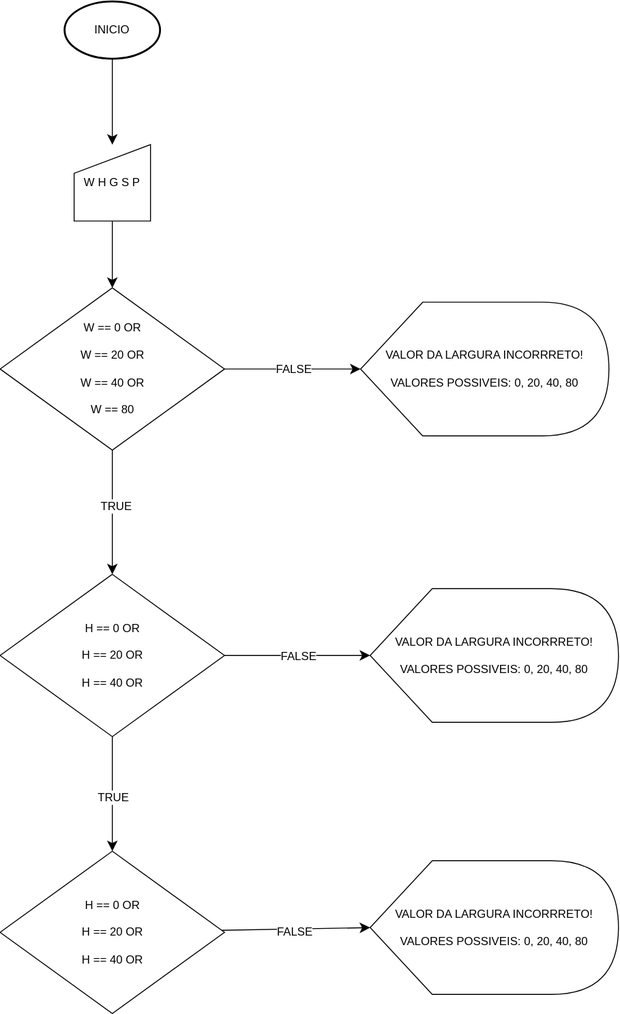
Above: java/Fluxograma - Projeto Capstone.drawio.svg in MrNullus/conway-of-life (draw.io), before the change. Source tidied: cells renumbered, new cells last; positions are measured from the earlier drawing's top-left corner, leaving out a move shared by most shapes.
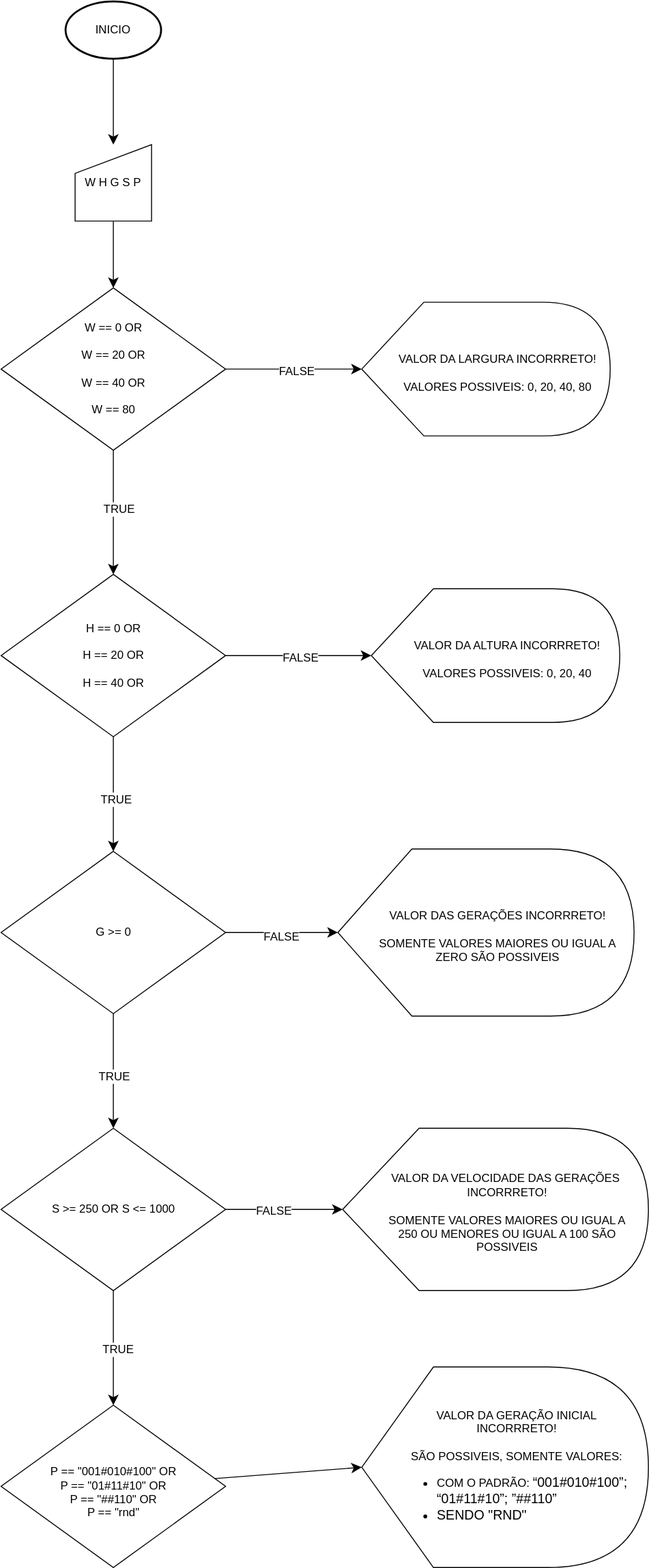
The same diagram one commit later.

Commit message:
feat: verificação das entradas dos parametros

Diff of the diagram source:
```diff
@@ -33,7 +33,7 @@
     <mxCell id="10" value="&lt;div&gt;W == 0 OR&lt;/div&gt;&lt;div&gt;&lt;br&gt;&lt;/div&gt;W == 20 OR&lt;div&gt;&lt;br&gt;&lt;div&gt;W == 40 OR&lt;/div&gt;&lt;div&gt;&lt;br&gt;&lt;/div&gt;&lt;div&gt;W == 80&lt;/div&gt;&lt;/div&gt;" style="rhombus;whiteSpace=wrap;html=1;" parent="1" vertex="1">
       <mxGeometry x="0.5" y="300" width="235" height="170" as="geometry" />
     </mxCell>
-    <mxCell id="11" value="VALOR DA LARGURA INCORRRETO!&lt;div&gt;&lt;br&gt;&lt;div&gt;VALORES POSSIVEIS: 0, 20, 40, 80&lt;/div&gt;&lt;/div&gt;" style="shape=display;whiteSpace=wrap;html=1;" parent="1" vertex="1">
+    <mxCell id="11" value="VALOR DA LARGURA INCORRRETO!&lt;div&gt;&lt;br&gt;&lt;div&gt;VALORES POSSIVEIS: 0, 20, 40, 80&lt;/div&gt;&lt;/div&gt;" style="shape=display;whiteSpace=wrap;html=1;strokeColor=default;align=center;verticalAlign=middle;spacingRight=-25;spacingTop=7;spacing=40;fontFamily=Helvetica;fontSize=12;fontColor=default;fillColor=default;" parent="1" vertex="1">
       <mxGeometry x="378" y="315" width="260" height="140" as="geometry" />
     </mxCell>
     <mxCell id="12" style="edgeStyle=none;curved=1;rounded=0;jettySize=auto;html=1;fontSize=12;startSize=8;endSize=8;" parent="1" edge="1" source="14" target="18">
@@ -45,7 +45,7 @@
     <mxCell id="14" value="&lt;div&gt;H == 0 OR&lt;/div&gt;&lt;div&gt;&lt;br&gt;&lt;/div&gt;H == 20 OR&lt;div&gt;&lt;br&gt;&lt;div&gt;H == 40 OR&lt;/div&gt;&lt;/div&gt;" style="rhombus;whiteSpace=wrap;html=1;" parent="1" vertex="1">
       <mxGeometry x="0.5" y="600" width="235" height="170" as="geometry" />
     </mxCell>
-    <mxCell id="15" value="VALOR DA LARGURA INCORRRETO!&lt;div&gt;&lt;br&gt;&lt;div&gt;VALORES POSSIVEIS: 0, 20, 40, 80&lt;/div&gt;&lt;/div&gt;" style="shape=display;whiteSpace=wrap;html=1;" parent="1" vertex="1">
+    <mxCell id="15" value="VALOR DA ALTURA INCORRRETO!&lt;div&gt;&lt;br&gt;&lt;div&gt;VALORES POSSIVEIS: 0, 20, 40&lt;/div&gt;&lt;/div&gt;" style="shape=display;whiteSpace=wrap;html=1;strokeColor=default;align=center;verticalAlign=middle;spacingRight=-25;spacingTop=7;spacing=40;fontFamily=Helvetica;fontSize=12;fontColor=default;fillColor=default;" parent="1" vertex="1">
       <mxGeometry x="388" y="615" width="260" height="140" as="geometry" />
     </mxCell>
     <mxCell id="16" style="edgeStyle=none;curved=1;rounded=0;jettySize=auto;html=1;entryX=0;entryY=0.5;entryDx=0;entryDy=0;entryPerimeter=0;fontSize=12;startSize=8;endSize=8;" parent="1" edge="1" source="14" target="15">
@@ -54,11 +54,17 @@
     <mxCell id="17" value="FALSE" style="edgeLabel;html=1;align=center;verticalAlign=middle;fontSize=12;" parent="16" vertex="1">
       <mxGeometry x="0.01" y="-1" relative="1" as="geometry" />
     </mxCell>
+    <mxCell id="22" style="edgeStyle=none;curved=1;rounded=0;jettySize=auto;html=1;fontSize=12;startSize=8;endSize=8;" parent="1" edge="1" source="18" target="28">
+      <mxGeometry relative="1" as="geometry" />
+    </mxCell>
+    <mxCell id="23" value="TRUE" style="edgeLabel;html=1;align=center;verticalAlign=middle;fontSize=12;" parent="22" vertex="1">
+      <mxGeometry x="0.05" y="-1" relative="1" as="geometry" />
+    </mxCell>
-    <mxCell id="18" value="&lt;div&gt;H == 0 OR&lt;/div&gt;&lt;div&gt;&lt;br&gt;&lt;/div&gt;H == 20 OR&lt;div&gt;&lt;br&gt;&lt;div&gt;H == 40 OR&lt;/div&gt;&lt;/div&gt;" style="rhombus;whiteSpace=wrap;html=1;" parent="1" vertex="1">
+    <mxCell id="18" value="&lt;div&gt;G &amp;gt;= 0&lt;/div&gt;" style="rhombus;whiteSpace=wrap;html=1;" parent="1" vertex="1">
       <mxGeometry x="0.5" y="890" width="235" height="170" as="geometry" />
     </mxCell>
-    <mxCell id="19" value="VALOR DA LARGURA INCORRRETO!&lt;div&gt;&lt;br&gt;&lt;div&gt;VALORES POSSIVEIS: 0, 20, 40, 80&lt;/div&gt;&lt;/div&gt;" style="shape=display;whiteSpace=wrap;html=1;" parent="1" vertex="1">
-      <mxGeometry x="388" y="900" width="260" height="140" as="geometry" />
+    <mxCell id="19" value="VALOR DAS GERAÇÕES INCORRRETO!&lt;div&gt;&lt;br&gt;&lt;div&gt;SOMENTE VALORES MAIORES OU IGUAL A ZERO&amp;nbsp;&lt;span style=&quot;background-color: initial;&quot;&gt;SÃO POSSIVEIS&lt;/span&gt;&lt;/div&gt;&lt;/div&gt;" style="shape=display;whiteSpace=wrap;html=1;strokeColor=default;align=center;verticalAlign=middle;spacingRight=-25;spacingTop=7;spacing=40;fontFamily=Helvetica;fontSize=12;fontColor=default;fillColor=default;" parent="1" vertex="1">
+      <mxGeometry x="353" y="887.5" width="310" height="175" as="geometry" />
     </mxCell>
     <mxCell id="20" style="edgeStyle=none;curved=1;rounded=0;jettySize=auto;html=1;entryX=0;entryY=0.5;entryDx=0;entryDy=0;entryPerimeter=0;fontSize=12;startSize=8;endSize=8;" parent="1" edge="1" source="18" target="19">
       <mxGeometry relative="1" as="geometry" />
@@ -66,5 +72,32 @@
     <mxCell id="21" value="FALSE" style="edgeLabel;html=1;align=center;verticalAlign=middle;fontSize=12;" parent="20" vertex="1">
       <mxGeometry x="-0.02" y="-3" relative="1" as="geometry" />
     </mxCell>
+    <mxCell id="24" style="edgeStyle=none;curved=1;rounded=0;jettySize=auto;html=1;fontSize=12;startSize=8;endSize=8;" parent="1" edge="1" source="28" target="29">
+      <mxGeometry relative="1" as="geometry" />
+    </mxCell>
+    <mxCell id="25" value="FALSE" style="edgeLabel;html=1;align=center;verticalAlign=middle;fontSize=12;" parent="24" vertex="1">
+      <mxGeometry x="-0.24" relative="1" as="geometry" />
+    </mxCell>
+    <mxCell id="26" style="edgeStyle=none;curved=1;rounded=0;jettySize=auto;html=1;fontSize=12;startSize=8;endSize=8;" parent="1" edge="1" source="28" target="31">
+      <mxGeometry relative="1" as="geometry" />
+    </mxCell>
+    <mxCell id="27" value="TRUE" style="edgeLabel;html=1;align=center;verticalAlign=middle;fontSize=12;" parent="26" vertex="1">
+      <mxGeometry y="3" relative="1" as="geometry" />
+    </mxCell>
+    <mxCell id="28" value="S &amp;gt;= 250 OR S &amp;lt;= 1000" style="rhombus;whiteSpace=wrap;html=1;" parent="1" vertex="1">
+      <mxGeometry x="0.5" y="1180" width="235" height="170" as="geometry" />
+    </mxCell>
+    <mxCell id="29" value="VALOR DA VELOCIDADE DAS GERAÇÕES&amp;nbsp; INCORRRETO!&lt;div&gt;&lt;br&gt;&lt;div&gt;SOMENTE VALORES MAIORES OU IGUAL A 250 OU MENORES OU IGUAL A 100&amp;nbsp;&lt;span style=&quot;background-color: initial;&quot;&gt;SÃO POSSIVEIS&lt;/span&gt;&lt;/div&gt;&lt;/div&gt;" style="shape=display;whiteSpace=wrap;html=1;spacing=40;spacingTop=7;spacingRight=-25;" parent="1" vertex="1">
+      <mxGeometry x="358" y="1180" width="320" height="170" as="geometry" />
+    </mxCell>
+    <mxCell id="30" style="edgeStyle=none;curved=1;rounded=0;jettySize=auto;html=1;fontSize=12;startSize=8;endSize=8;entryX=0;entryY=0.5;entryDx=0;entryDy=0;entryPerimeter=0;" parent="1" edge="1" source="31" target="32">
+      <mxGeometry relative="1" as="geometry" />
+    </mxCell>
+    <mxCell id="31" value="&lt;div&gt;&lt;br&gt;&lt;/div&gt;&lt;div&gt;&lt;br&gt;&lt;/div&gt;&lt;div&gt;&lt;span style=&quot;background-color: initial;&quot;&gt;P == &quot;001#010#100&quot; OR&lt;/span&gt;&lt;br&gt;&lt;/div&gt;&lt;div&gt;P ==&amp;nbsp;&lt;span style=&quot;background-color: initial;&quot;&gt;&quot;01#11#10&quot;&amp;nbsp;&lt;/span&gt;&lt;span style=&quot;background-color: initial;&quot;&gt;OR&lt;/span&gt;&lt;/div&gt;&lt;div&gt;P ==&amp;nbsp;&lt;span style=&quot;background-color: initial;&quot;&gt;&quot;##110&quot;&amp;nbsp;&lt;/span&gt;&lt;span style=&quot;background-color: initial;&quot;&gt;OR&lt;/span&gt;&lt;span style=&quot;background-color: initial;&quot;&gt;&lt;br&gt;&lt;/span&gt;&lt;/div&gt;&lt;div&gt;&lt;span style=&quot;background-color: initial;&quot;&gt;P == &quot;rnd&quot;&lt;/span&gt;&lt;/div&gt;&lt;div&gt;&lt;div&gt;&lt;p style=&quot;margin-bottom: 0.25cm; line-height: 1.15px; background: transparent; font-size: medium; text-align: start;&quot;&gt;&lt;span style=&quot;font-variant-numeric: normal; font-variant-east-asian: normal; font-variant-alternates: normal; font-variant-position: normal;&quot;&gt;&lt;/span&gt;&lt;/p&gt;&lt;/div&gt;&lt;/div&gt;" style="rhombus;whiteSpace=wrap;html=1;" parent="1" vertex="1">
+      <mxGeometry x="0.5" y="1470" width="235" height="170" as="geometry" />
+    </mxCell>
+    <mxCell id="32" value="VALOR DA GERAÇÃO INICIAL INCORRRETO!&lt;div&gt;&lt;br&gt;&lt;div&gt;&lt;span style=&quot;background-color: initial;&quot;&gt;SÃO POSSIVEIS,&amp;nbsp;&lt;/span&gt;SOMENTE VALORES:&lt;/div&gt;&lt;div&gt;&lt;ul&gt;&lt;li style=&quot;text-align: left;&quot;&gt;COM O PADRÃO:&amp;nbsp;&lt;span style=&quot;background-color: transparent;&quot;&gt;&lt;font style=&quot;font-size: 14px;&quot;&gt;“001#010#100”; “01#11#10”; ”##110”&lt;/font&gt;&lt;/span&gt;&lt;/li&gt;&lt;li style=&quot;text-align: left;&quot;&gt;&lt;span style=&quot;background-color: transparent;&quot;&gt;&lt;font style=&quot;font-size: 14px;&quot;&gt;SENDO &quot;RND&quot;&lt;/font&gt;&lt;/span&gt;&lt;/li&gt;&lt;/ul&gt;&lt;/div&gt;&lt;/div&gt;" style="shape=display;whiteSpace=wrap;html=1;spacing=40;spacingTop=7;spacingRight=-25;" parent="1" vertex="1">
+      <mxGeometry x="378" y="1430" width="300" height="210" as="geometry" />
+    </mxCell>
   </root>
 </mxGraphModel>
```
